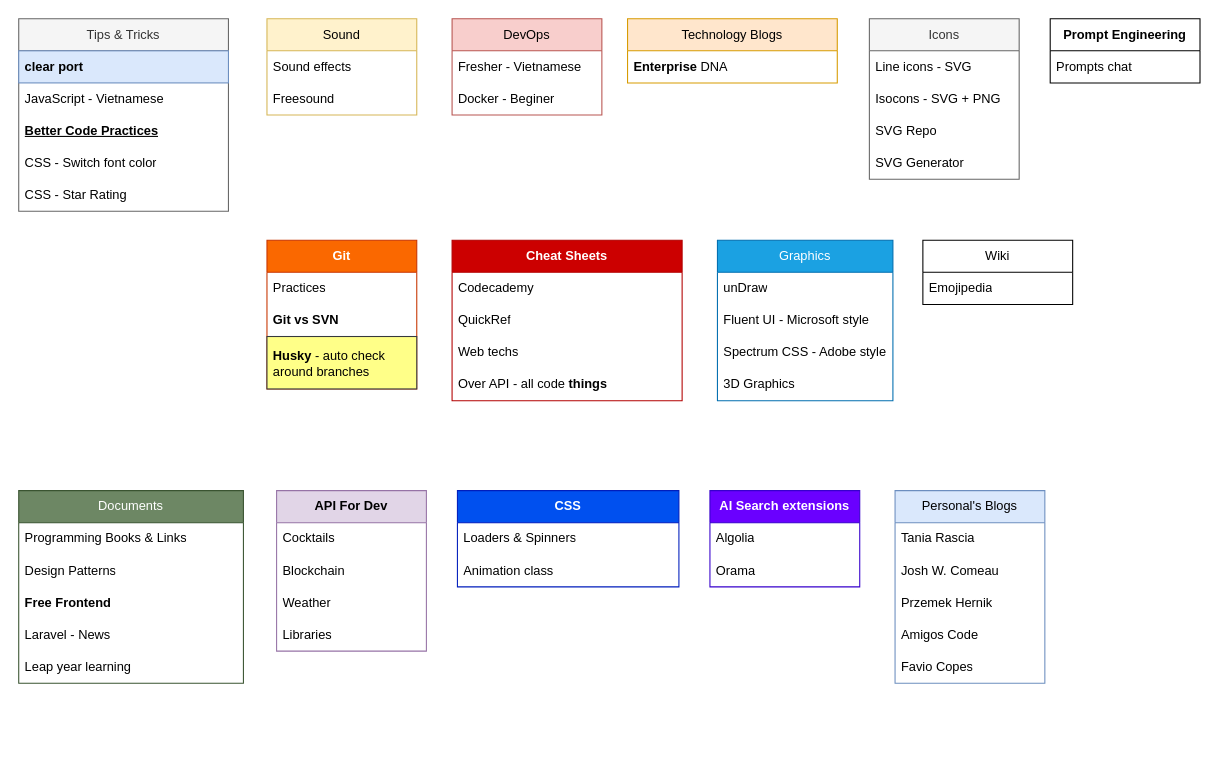
Before: page "Resources" (4 of 5) of Link_Bookmarks.drawio in sunflynf/diagram-only, a draw.io diagram. Source tidied: cells renumbered, new cells numbered last; positions are measured from the earlier drawing's top-left corner, leaving out a move shared by most shapes. Both pictures are drawn from the tidied source at 107%, with x=0, y=0 at pixel (18, 18).
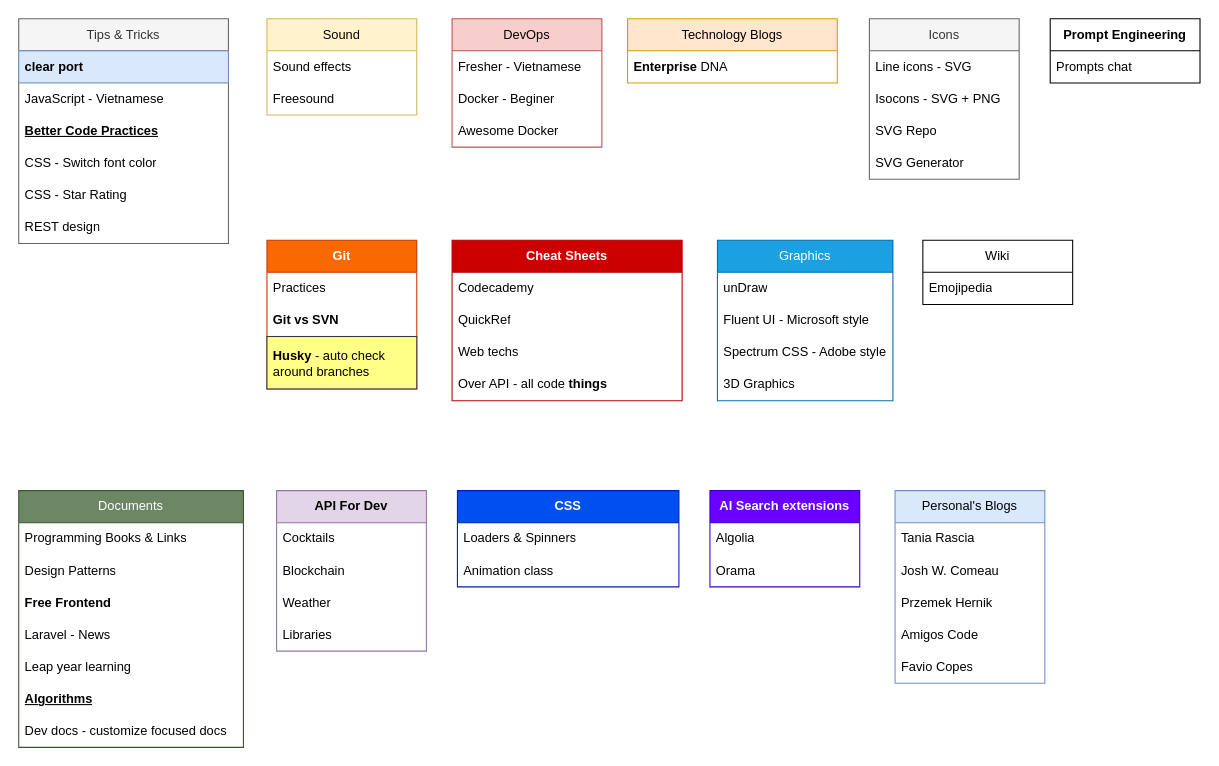
Above is the later version.

Diff of the diagram source:
```diff
@@
     <mxCell id="11" value="Tips &amp;amp; Tricks" style="swimlane;fontStyle=0;horizontal=1;startSize=30;whiteSpace=wrap;html=1;fillColor=#f5f5f5;fontColor=#333333;strokeColor=#666666;flipH=1;" parent="1" vertex="1">
-      <mxGeometry width="196" height="180" as="geometry" />
+      <mxGeometry width="196" height="210" as="geometry" />
     </mxCell>
@@
+    <mxCell id="62" value="REST design" style="text;strokeColor=none;fillColor=none;align=left;verticalAlign=middle;spacingLeft=4;spacingRight=4;overflow=hidden;whiteSpace=wrap;html=1;" parent="11" vertex="1">
+      <mxGeometry y="180" width="196" height="30" as="geometry" />
+    </mxCell>
     <mxCell id="17" value="DevOps" style="swimlane;fontStyle=0;horizontal=1;startSize=30;whiteSpace=wrap;html=1;fillColor=#f8cecc;strokeColor=#b85450;flipH=1;" parent="1" vertex="1">
-      <mxGeometry x="405" width="140" height="90" as="geometry" />
+      <mxGeometry x="405" width="140" height="120" as="geometry" />
     </mxCell>
@@
+    <mxCell id="63" value="Awesome Docker" style="text;strokeColor=none;fillColor=none;align=left;verticalAlign=middle;spacingLeft=4;spacingRight=4;overflow=hidden;whiteSpace=wrap;html=1;" parent="17" vertex="1">
+      <mxGeometry y="90" width="140" height="30" as="geometry" />
+    </mxCell>
@@
     <mxCell id="24" value="Documents" style="swimlane;fontStyle=0;horizontal=1;startSize=30;whiteSpace=wrap;html=1;fillColor=#6d8764;fontColor=#ffffff;strokeColor=#3A5431;flipH=1;" parent="1" vertex="1">
-      <mxGeometry y="441" width="210" height="180" as="geometry" />
+      <mxGeometry y="441" width="210" height="240" as="geometry" />
     </mxCell>
@@
+    <mxCell id="64" value="&lt;u&gt;Algorithms&lt;/u&gt;" style="text;strokeColor=none;fillColor=none;align=left;verticalAlign=middle;spacingLeft=4;spacingRight=4;overflow=hidden;whiteSpace=wrap;html=1;fontStyle=1;" parent="24" vertex="1">
+      <mxGeometry y="180" width="210" height="30" as="geometry" />
+    </mxCell>
+    <mxCell id="65" value="Dev docs - customize focused docs" style="text;strokeColor=none;fillColor=none;align=left;verticalAlign=middle;spacingLeft=4;spacingRight=4;overflow=hidden;whiteSpace=wrap;html=1;fontStyle=0;" parent="24" vertex="1">
+      <mxGeometry y="210" width="210" height="30" as="geometry" />
+    </mxCell>
```
